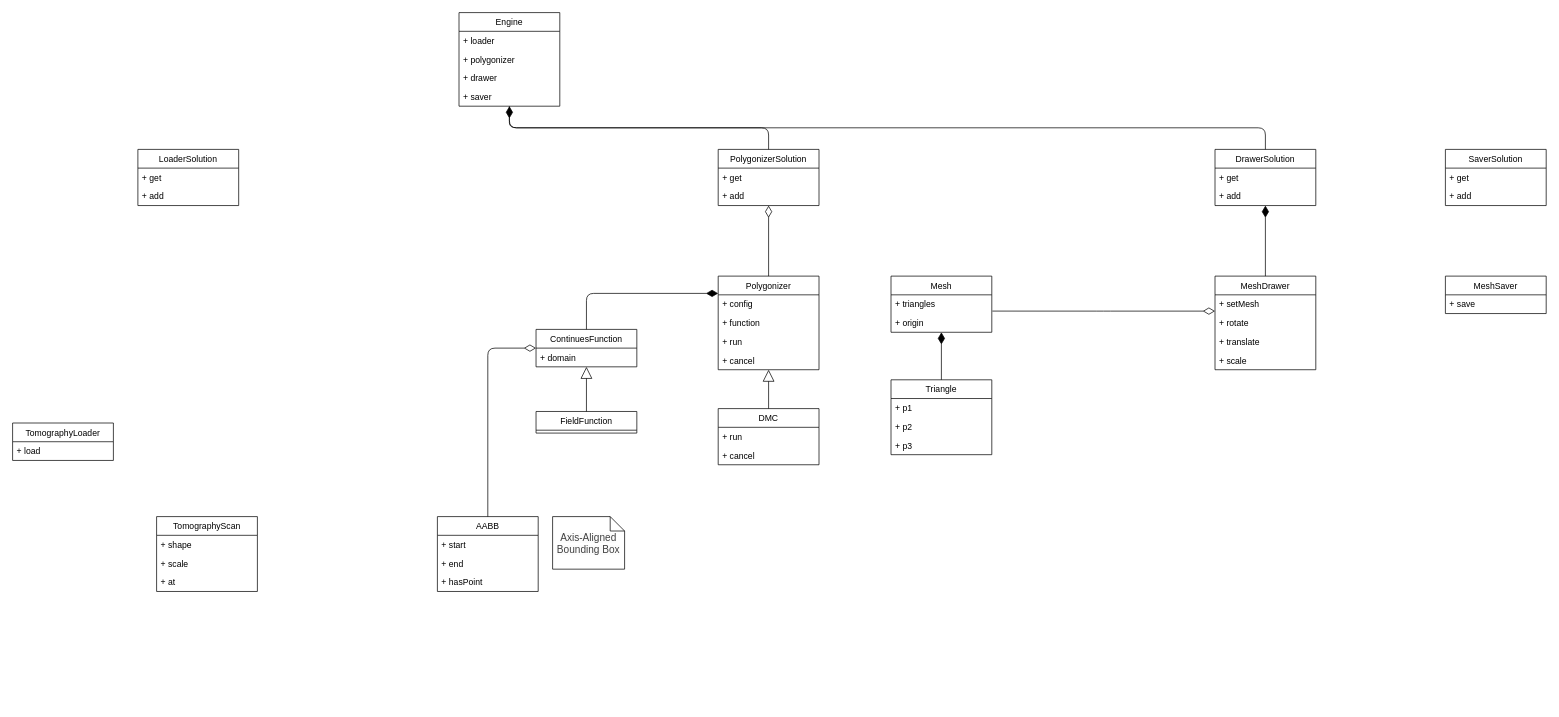
maxhha/bmstu-iu7-cg-cp keeps this draw.io diagram as uml.drawio. Above is the earlier version. Source tidied: cells renumbered, new cells numbered last; positions are measured from the earlier drawing's top-left corner, leaving out a move shared by most shapes. Both pictures are drawn from the tidied source at 72%, with x=0, y=0 at pixel (12, 12).
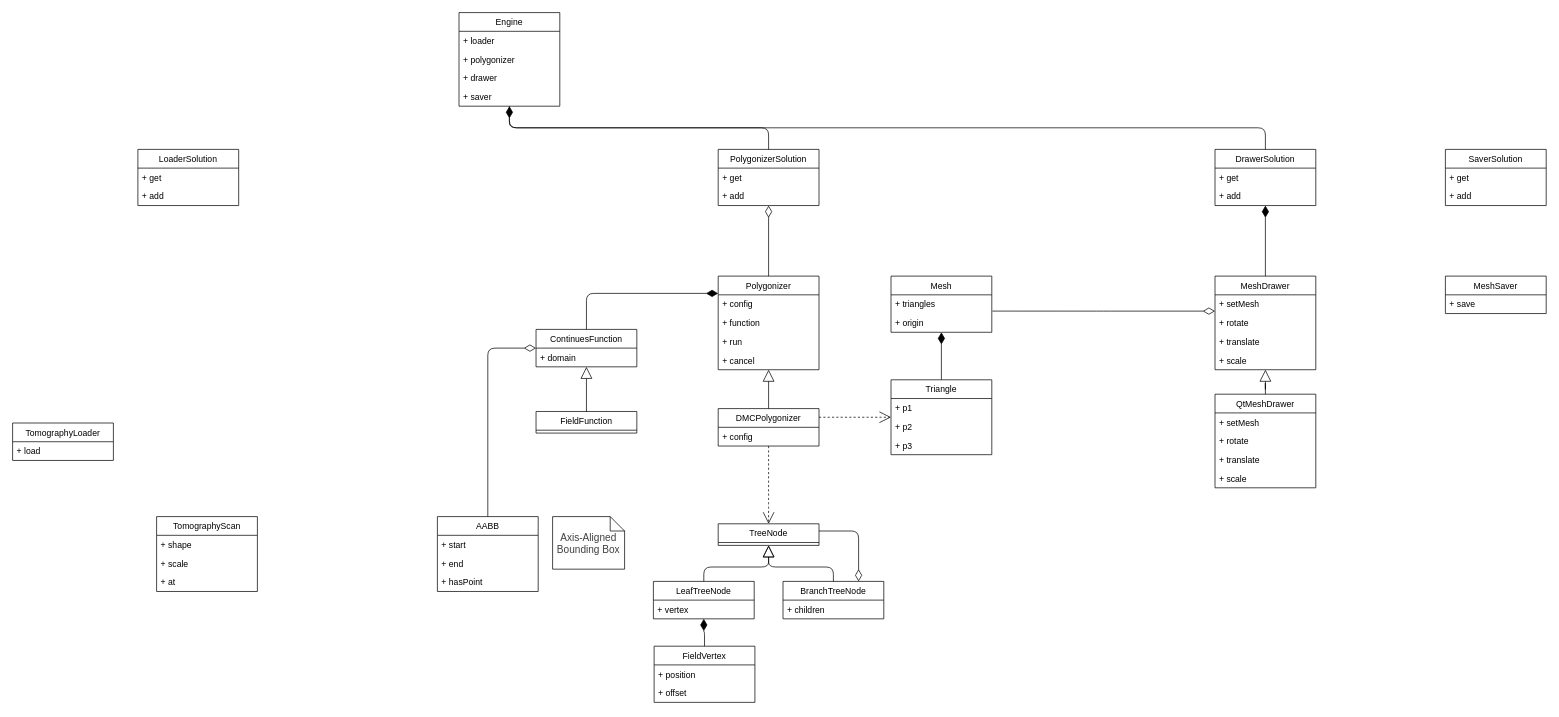
After the change.

Commit message:
Add tree in uml

Unchanged cells that the change refers to:
```xml
<mxCell id="21" value="MeshDrawer" style="swimlane;fontStyle=0;horizontal=1;startSize=26;fillColor=none;" parent="1" vertex="1">
  <mxGeometry x="1670" y="366" width="140" height="130" as="geometry" />
</mxCell>
<mxCell id="38" value="Triangle" style="swimlane;fontStyle=0;horizontal=1;startSize=26;fillColor=none;" parent="1" vertex="1">
  <mxGeometry x="1220" y="510" width="140" height="104" as="geometry" />
</mxCell>
```

Diff of the diagram source:
```diff
@@
+    <mxCell id="65" style="edgeStyle=orthogonalEdgeStyle;rounded=1;jettySize=auto;html=1;entryX=0.5;entryY=0;entryDx=0;entryDy=0;endArrow=open;endFill=0;startSize=14;endSize=14;dashed=1;" parent="1" edge="1" source="12" target="66">
+      <mxGeometry relative="1" as="geometry">
+        <Array as="points">
+          <mxPoint x="1050" y="680" />
+          <mxPoint x="1050" y="680" />
+        </Array>
+      </mxGeometry>
+    </mxCell>
-    <mxCell id="12" value="DMC" style="swimlane;fontStyle=0;horizontal=1;startSize=26;fillColor=none;" parent="1" vertex="1">
-      <mxGeometry x="980" y="550" width="140" height="78" as="geometry" />
+    <mxCell id="12" value="DMCPolygonizer" style="swimlane;fontStyle=0;horizontal=1;startSize=26;fillColor=none;" parent="1" vertex="1">
+      <mxGeometry x="980" y="550" width="140" height="52" as="geometry" />
     </mxCell>
-    <mxCell id="13" value="+ run" style="text;strokeColor=none;fillColor=none;align=left;verticalAlign=top;spacingLeft=4;spacingRight=4;overflow=hidden;" parent="12" vertex="1">
-      <mxGeometry y="26" width="140" height="26" as="geometry" />
-    </mxCell>
-    <mxCell id="14" value="+ cancel" style="text;strokeColor=none;fillColor=none;align=left;verticalAlign=top;spacingLeft=4;spacingRight=4;overflow=hidden;" parent="12" vertex="1">
-      <mxGeometry y="52" width="140" height="26" as="geometry" />
+    <mxCell id="14" value="+ config" style="text;strokeColor=none;fillColor=none;align=left;verticalAlign=top;spacingLeft=4;spacingRight=4;overflow=hidden;" parent="12" vertex="1">
+      <mxGeometry y="26" width="140" height="26" as="geometry" />
     </mxCell>
@@
+    <mxCell id="66" value="TreeNode" style="swimlane;fontStyle=0;horizontal=1;startSize=26;fillColor=none;" parent="1" vertex="1">
+      <mxGeometry x="980" y="710" width="140" height="30" as="geometry" />
+    </mxCell>
+    <mxCell id="67" style="edgeStyle=orthogonalEdgeStyle;rounded=1;jettySize=auto;html=1;endSize=14;startSize=14;endArrow=block;endFill=0;" parent="1" edge="1" source="68" target="66">
+      <mxGeometry relative="1" as="geometry">
+        <Array as="points">
+          <mxPoint x="960" y="770" />
+          <mxPoint x="1050" y="770" />
+        </Array>
+      </mxGeometry>
+    </mxCell>
+    <mxCell id="68" value="LeafTreeNode" style="swimlane;fontStyle=0;horizontal=1;startSize=26;fillColor=none;" parent="1" vertex="1">
+      <mxGeometry x="890" y="790" width="140" height="52" as="geometry" />
+    </mxCell>
+    <mxCell id="69" value="+ vertex" style="text;strokeColor=none;fillColor=none;align=left;verticalAlign=top;spacingLeft=4;spacingRight=4;overflow=hidden;" parent="68" vertex="1">
+      <mxGeometry y="26" width="140" height="26" as="geometry" />
+    </mxCell>
+    <mxCell id="70" style="edgeStyle=orthogonalEdgeStyle;rounded=1;jettySize=auto;html=1;endArrow=block;endFill=0;startSize=14;endSize=14;" parent="1" edge="1" source="71" target="66">
+      <mxGeometry relative="1" as="geometry" />
+    </mxCell>
+    <mxCell id="71" value="BranchTreeNode" style="swimlane;fontStyle=0;horizontal=1;startSize=26;fillColor=none;" parent="1" vertex="1">
+      <mxGeometry x="1070" y="790" width="140" height="52" as="geometry" />
+    </mxCell>
+    <mxCell id="72" value="+ children" style="text;strokeColor=none;fillColor=none;align=left;verticalAlign=top;spacingLeft=4;spacingRight=4;overflow=hidden;" parent="71" vertex="1">
+      <mxGeometry y="26" width="140" height="26" as="geometry" />
+    </mxCell>
+    <mxCell id="73" style="edgeStyle=orthogonalEdgeStyle;rounded=1;jettySize=auto;html=1;entryX=0.75;entryY=0;entryDx=0;entryDy=0;endArrow=diamondThin;endFill=0;startSize=14;endSize=14;" parent="1" edge="1" source="66" target="71">
+      <mxGeometry relative="1" as="geometry">
+        <Array as="points">
+          <mxPoint x="1175" y="720" />
+        </Array>
+      </mxGeometry>
+    </mxCell>
+    <mxCell id="74" style="edgeStyle=orthogonalEdgeStyle;rounded=1;jettySize=auto;html=1;endArrow=diamondThin;endFill=1;startSize=14;endSize=14;" parent="1" edge="1" source="75" target="68">
+      <mxGeometry relative="1" as="geometry" />
+    </mxCell>
+    <mxCell id="75" value="FieldVertex" style="swimlane;fontStyle=0;horizontal=1;startSize=26;fillColor=none;" parent="1" vertex="1">
+      <mxGeometry x="891" y="880" width="140" height="78" as="geometry" />
+    </mxCell>
+    <mxCell id="76" value="+ position" style="text;strokeColor=none;fillColor=none;align=left;verticalAlign=top;spacingLeft=4;spacingRight=4;overflow=hidden;" parent="75" vertex="1">
+      <mxGeometry y="26" width="140" height="26" as="geometry" />
+    </mxCell>
+    <mxCell id="77" value="+ offset" style="text;strokeColor=none;fillColor=none;align=left;verticalAlign=top;spacingLeft=4;spacingRight=4;overflow=hidden;" parent="75" vertex="1">
+      <mxGeometry y="52" width="140" height="26" as="geometry" />
+    </mxCell>
+    <mxCell id="78" style="edgeStyle=orthogonalEdgeStyle;rounded=1;jettySize=auto;html=1;dashed=1;endArrow=open;endFill=0;startSize=14;endSize=14;" parent="1" edge="1" source="12" target="38">
+      <mxGeometry relative="1" as="geometry">
+        <Array as="points">
+          <mxPoint x="1140" y="562" />
+          <mxPoint x="1140" y="562" />
+        </Array>
+      </mxGeometry>
+    </mxCell>
+    <mxCell id="79" style="edgeStyle=orthogonalEdgeStyle;rounded=1;jettySize=auto;html=1;endArrow=block;endFill=0;startSize=14;endSize=14;" parent="1" edge="1" source="80" target="21">
+      <mxGeometry relative="1" as="geometry" />
+    </mxCell>
+    <mxCell id="80" value="QtMeshDrawer" style="swimlane;fontStyle=0;horizontal=1;startSize=26;fillColor=none;" parent="1" vertex="1">
+      <mxGeometry x="1670" y="530" width="140" height="130" as="geometry" />
+    </mxCell>
+    <mxCell id="81" value="+ setMesh" style="text;strokeColor=none;fillColor=none;align=left;verticalAlign=top;spacingLeft=4;spacingRight=4;overflow=hidden;" parent="80" vertex="1">
+      <mxGeometry y="26" width="140" height="26" as="geometry" />
+    </mxCell>
+    <mxCell id="82" value="+ rotate" style="text;strokeColor=none;fillColor=none;align=left;verticalAlign=top;spacingLeft=4;spacingRight=4;overflow=hidden;" parent="80" vertex="1">
+      <mxGeometry y="52" width="140" height="26" as="geometry" />
+    </mxCell>
+    <mxCell id="83" value="+ translate" style="text;strokeColor=none;fillColor=none;align=left;verticalAlign=top;spacingLeft=4;spacingRight=4;overflow=hidden;" parent="80" vertex="1">
+      <mxGeometry y="78" width="140" height="26" as="geometry" />
+    </mxCell>
+    <mxCell id="84" value="+ scale" style="text;strokeColor=none;fillColor=none;align=left;verticalAlign=top;spacingLeft=4;spacingRight=4;overflow=hidden;" parent="80" vertex="1">
+      <mxGeometry y="104" width="140" height="26" as="geometry" />
+    </mxCell>
```
